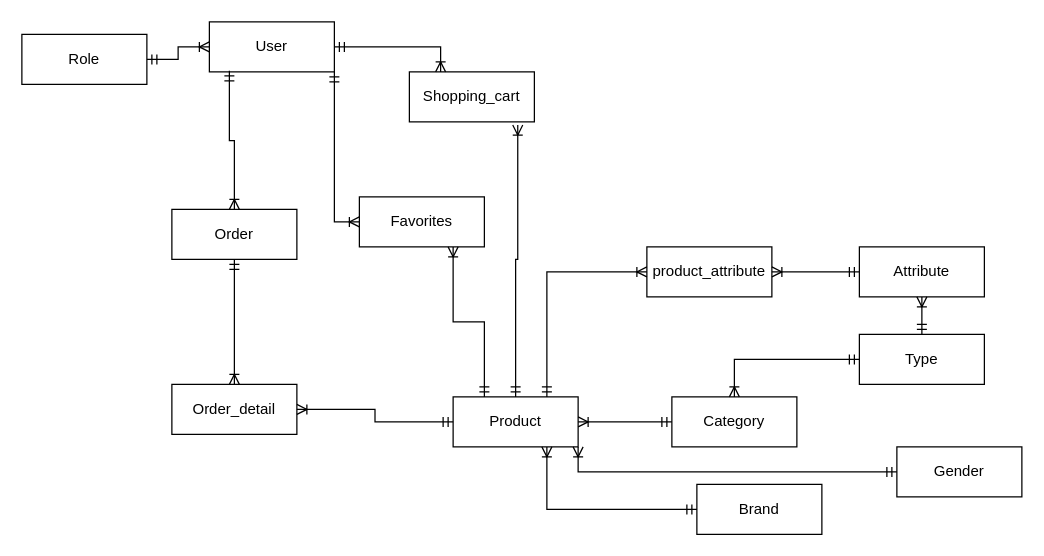
sergiusergiu1234/licenta keeps this draw.io diagram as page "Page-1" (1 of 2) of Diagrame/ERD diagram.drawio. Above is the earlier version. Source tidied: cells renumbered, new cells numbered last; positions are measured from the earlier drawing's top-left corner, leaving out a move shared by most shapes. Both pictures are drawn from the tidied source at 125%, with x=0, y=0 at pixel (21, 21).
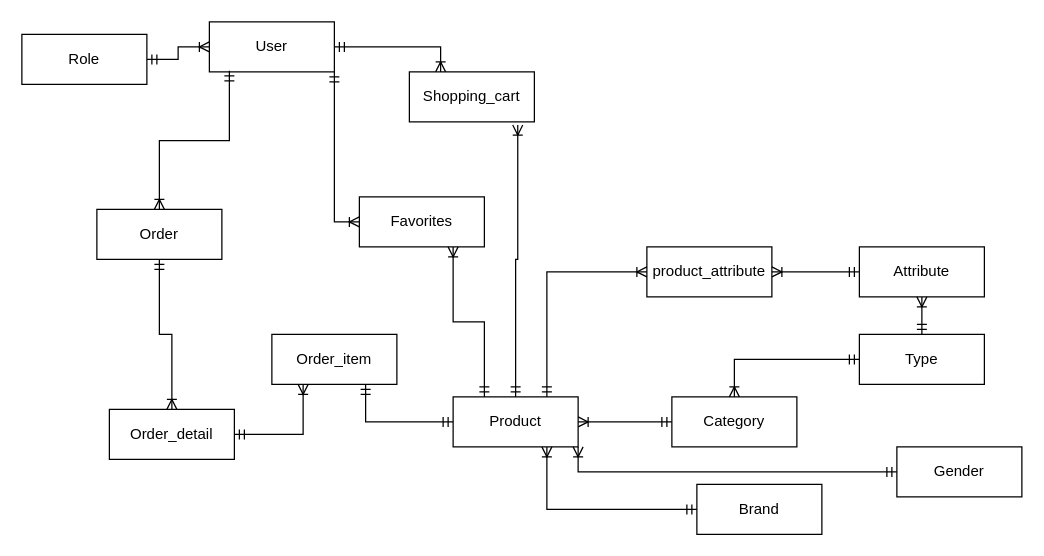
After the change.

The change refers to these unchanged cells:
```xml
<mxCell id="4" value="Product" style="whiteSpace=wrap;html=1;align=center;" parent="1" vertex="1">
  <mxGeometry x="345" y="300" width="100" height="40" as="geometry" />
</mxCell>
```

The edit, as a diff of the source:
```diff
@@
     <mxCell id="15" value="Order" style="whiteSpace=wrap;html=1;align=center;" parent="1" vertex="1">
-      <mxGeometry x="120" y="150" width="100" height="40" as="geometry" />
+      <mxGeometry x="60" y="150" width="100" height="40" as="geometry" />
     </mxCell>
@@
     <mxCell id="17" value="Order_detail" style="whiteSpace=wrap;html=1;align=center;" parent="1" vertex="1">
-      <mxGeometry x="120" y="290" width="100" height="40" as="geometry" />
+      <mxGeometry x="70" y="310" width="100" height="40" as="geometry" />
     </mxCell>
@@
-    <mxCell id="19" style="edgeStyle=orthogonalEdgeStyle;fontSize=12;html=1;endArrow=ERoneToMany;startArrow=ERmandOne;rounded=0;entryX=1;entryY=0.5;entryDx=0;entryDy=0;exitX=0;exitY=0.5;exitDx=0;exitDy=0;" parent="1" edge="1" source="4" target="17">
-      <mxGeometry relative="1" as="geometry" />
-    </mxCell>
@@
+    <mxCell id="30" value="Order_item" style="whiteSpace=wrap;html=1;align=center;" parent="1" vertex="1">
+      <mxGeometry x="200" y="250" width="100" height="40" as="geometry" />
+    </mxCell>
+    <mxCell id="31" style="edgeStyle=orthogonalEdgeStyle;fontSize=12;html=1;endArrow=ERoneToMany;startArrow=ERmandOne;rounded=0;entryX=0.25;entryY=1;entryDx=0;entryDy=0;exitX=1;exitY=0.5;exitDx=0;exitDy=0;" parent="1" edge="1" source="17" target="30">
+      <mxGeometry relative="1" as="geometry" />
+    </mxCell>
+    <mxCell id="32" style="edgeStyle=elbowEdgeStyle;fontSize=12;html=1;endArrow=ERmandOne;startArrow=ERmandOne;rounded=0;exitX=0;exitY=0.5;exitDx=0;exitDy=0;entryX=0.75;entryY=1;entryDx=0;entryDy=0;elbow=vertical;" parent="1" edge="1" source="4" target="30">
+      <mxGeometry relative="1" as="geometry">
+        <Array as="points">
+          <mxPoint x="290" y="320" />
+        </Array>
+      </mxGeometry>
+    </mxCell>
```
